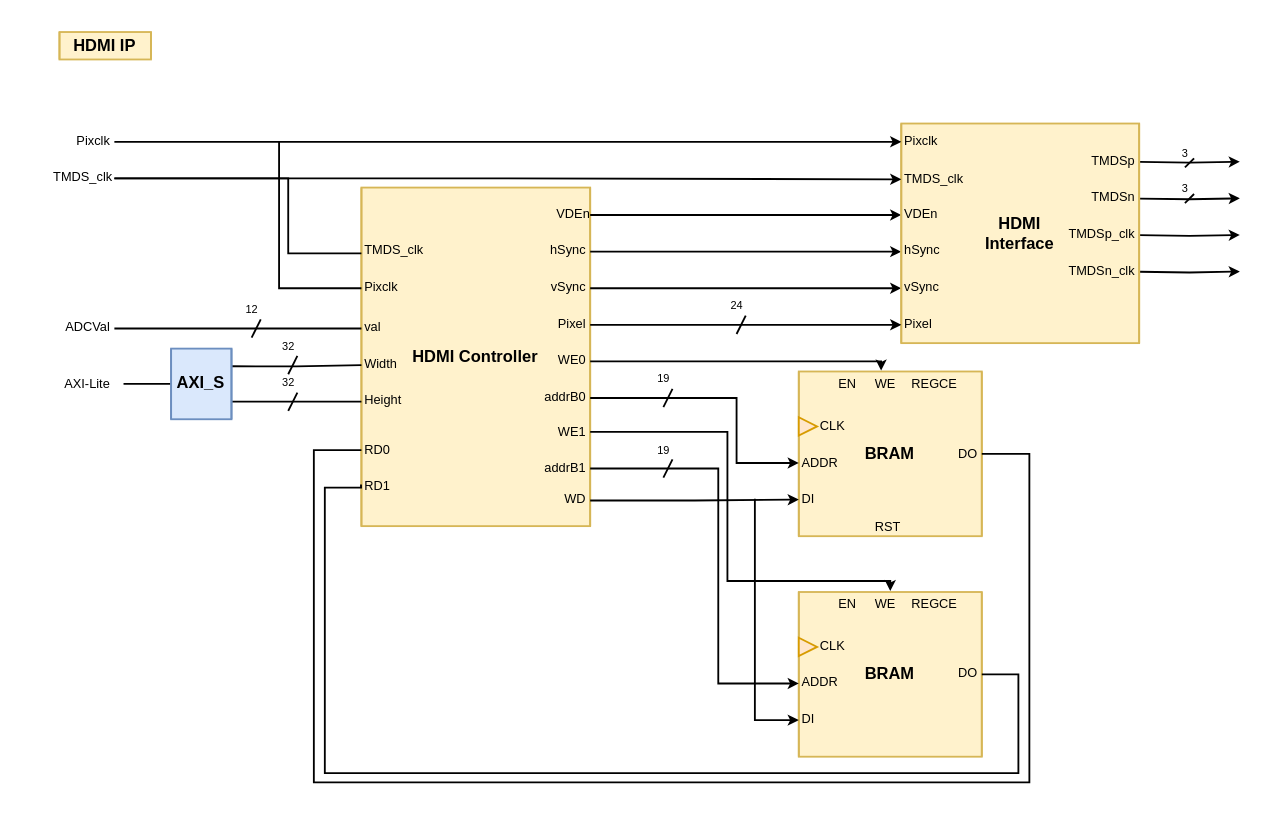
Before: page "HDMI_IP" (7 of 9) of design/BlockDiagram.drawio in ESRGgroup9/oscilloscope_fpga, a draw.io diagram. Source tidied: cells renumbered, new cells numbered last; positions are measured from the earlier drawing's top-left corner, leaving out a move shared by most shapes. Both pictures are drawn from the tidied source at 183%, with x=0, y=0 at pixel (49, 31).
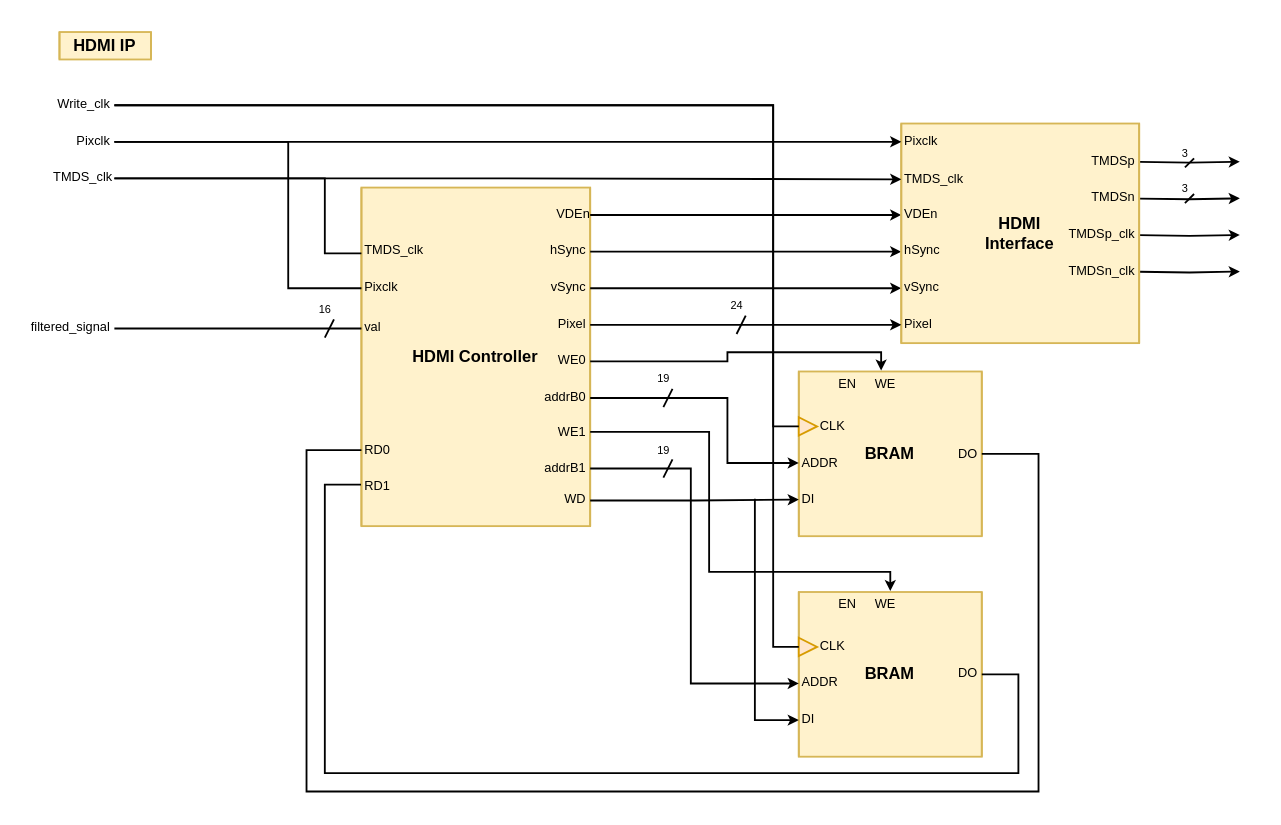
After the change.

The change refers to these unchanged cells:
```xml
<mxCell id="10" style="group;" parent="1" vertex="1">
  <mxGeometry x="409" y="180" width="100" height="100.5" as="geometry" />
</mxCell>
<mxCell id="12" value="DO" style="text;html=1;strokeColor=none;fillColor=none;align=right;verticalAlign=middle;whiteSpace=wrap;rounded=0;fontSize=7;" parent="10" vertex="1">
  <mxGeometry x="80" y="40.5" width="20" height="20" as="geometry" />
</mxCell>
<mxCell id="13" value="ADDR" style="text;html=1;strokeColor=none;fillColor=none;align=left;verticalAlign=middle;whiteSpace=wrap;rounded=0;fontSize=7;" parent="10" vertex="1">
  <mxGeometry y="45.5" width="20" height="20" as="geometry" />
</mxCell>
<mxCell id="19" value="WE" style="text;html=1;strokeColor=none;fillColor=none;align=left;verticalAlign=middle;whiteSpace=wrap;rounded=0;fontSize=7;" parent="10" vertex="1">
  <mxGeometry x="40" y="5" width="20" height="15.5" as="geometry" />
</mxCell>
<mxCell id="20" style="triangle;whiteSpace=wrap;html=1;fontSize=9;fillColor=#ffe6cc;strokeColor=#d79b00;" parent="10" vertex="1">
  <mxGeometry y="30.5" width="10" height="10" as="geometry" />
</mxCell>
<mxCell id="23" style="group;" parent="21" vertex="1">
  <mxGeometry y="5" width="100" height="90.5" as="geometry" />
</mxCell>
<mxCell id="24" value="BRAM" style="shape=process;whiteSpace=wrap;html=1;backgroundOutline=1;fontSize=9;strokeColor=#d6b656;fillColor=#fff2cc;size=0;fontStyle=1;verticalAlign=middle;" parent="23" vertex="1">
  <mxGeometry y="0.5" width="100" height="90" as="geometry" />
</mxCell>
<mxCell id="26" value="ADDR" style="text;html=1;strokeColor=none;fillColor=none;align=left;verticalAlign=middle;whiteSpace=wrap;rounded=0;fontSize=7;" parent="23" vertex="1">
  <mxGeometry y="40.5" width="20" height="20" as="geometry" />
</mxCell>
<mxCell id="31" value="WE" style="text;html=1;strokeColor=none;fillColor=none;align=left;verticalAlign=middle;whiteSpace=wrap;rounded=0;fontSize=7;" parent="23" vertex="1">
  <mxGeometry x="40" width="20" height="15.5" as="geometry" />
</mxCell>
<mxCell id="32" style="triangle;whiteSpace=wrap;html=1;fontSize=9;fillColor=#ffe6cc;strokeColor=#d79b00;" parent="23" vertex="1">
  <mxGeometry y="25.5" width="10" height="10" as="geometry" />
</mxCell>
<mxCell id="36" value="Pixclk" style="text;html=1;strokeColor=none;fillColor=none;align=right;verticalAlign=middle;whiteSpace=wrap;rounded=0;fontSize=7;" parent="1" vertex="1">
  <mxGeometry y="50" width="35" height="20" as="geometry" />
</mxCell>
<mxCell id="37" value="TMDS_clk" style="text;html=1;strokeColor=none;fillColor=none;align=left;verticalAlign=middle;whiteSpace=wrap;rounded=0;fontSize=7;" parent="1" vertex="1">
  <mxGeometry y="70" width="35" height="20" as="geometry" />
</mxCell>
<mxCell id="68" value="&lt;div&gt;addrB0&lt;/div&gt;" style="text;html=1;strokeColor=none;fillColor=none;align=right;verticalAlign=middle;whiteSpace=wrap;rounded=0;fontSize=7;" parent="1" vertex="1">
  <mxGeometry x="270" y="190" width="25" height="20" as="geometry" />
</mxCell>
<mxCell id="75" value="RD0" style="text;html=1;strokeColor=none;fillColor=none;align=left;verticalAlign=middle;whiteSpace=wrap;rounded=0;fontSize=7;" parent="1" vertex="1">
  <mxGeometry x="170" y="218.5" width="24.2" height="20" as="geometry" />
</mxCell>
<mxCell id="76" value="RD1" style="text;html=1;strokeColor=none;fillColor=none;align=left;verticalAlign=middle;whiteSpace=wrap;rounded=0;fontSize=7;" parent="1" vertex="1">
  <mxGeometry x="170" y="238.5" width="24.2" height="20" as="geometry" />
</mxCell>
<mxCell id="78" value="&lt;div&gt;addrB1&lt;/div&gt;" style="text;html=1;strokeColor=none;fillColor=none;align=right;verticalAlign=middle;whiteSpace=wrap;rounded=0;fontSize=7;" parent="1" vertex="1">
  <mxGeometry x="270" y="228.5" width="25" height="20" as="geometry" />
</mxCell>
<mxCell id="80" value="&lt;div&gt;WE0&lt;/div&gt;" style="text;html=1;strokeColor=none;fillColor=none;align=right;verticalAlign=middle;whiteSpace=wrap;rounded=0;fontSize=7;" parent="1" vertex="1">
  <mxGeometry x="275" y="170" width="20" height="20" as="geometry" />
</mxCell>
<mxCell id="82" value="&lt;div&gt;WE1&lt;/div&gt;" style="text;html=1;strokeColor=none;fillColor=none;align=right;verticalAlign=middle;whiteSpace=wrap;rounded=0;fontSize=7;" parent="1" vertex="1">
  <mxGeometry x="270" y="208.5" width="25" height="20" as="geometry" />
</mxCell>
<mxCell id="92" value="Pixclk" style="text;html=1;strokeColor=none;fillColor=none;align=left;verticalAlign=middle;whiteSpace=wrap;rounded=0;fontSize=7;" parent="1" vertex="1">
  <mxGeometry x="170" y="130" width="48.4" height="20" as="geometry" />
</mxCell>
```

What changed in the source:
```diff
@@
-    <mxCell id="17" value="REGCE" style="text;html=1;strokeColor=none;fillColor=none;align=left;verticalAlign=middle;whiteSpace=wrap;rounded=0;fontSize=7;" parent="10" vertex="1">
-      <mxGeometry x="60" y="5" width="20" height="15" as="geometry" />
-    </mxCell>
-    <mxCell id="18" value="RST" style="text;html=1;strokeColor=none;fillColor=none;align=left;verticalAlign=middle;whiteSpace=wrap;rounded=0;fontSize=7;" parent="10" vertex="1">
-      <mxGeometry x="40" y="80.5" width="20" height="20" as="geometry" />
-    </mxCell>
@@
-    <mxCell id="30" value="REGCE" style="text;html=1;strokeColor=none;fillColor=none;align=left;verticalAlign=middle;whiteSpace=wrap;rounded=0;fontSize=7;" parent="23" vertex="1">
-      <mxGeometry x="60" width="20" height="15" as="geometry" />
-    </mxCell>
@@
     <mxCell id="33" style="edgeStyle=orthogonalEdgeStyle;rounded=0;jettySize=auto;html=1;exitX=1;exitY=0.5;exitDx=0;exitDy=0;entryX=0;entryY=0.5;entryDx=0;entryDy=0;strokeWidth=1;endSize=4;endArrow=none;endFill=0;" parent="1" edge="1" source="12" target="75">
       <mxGeometry relative="1" as="geometry">
         <Array as="points">
-          <mxPoint x="535" y="231" />
-          <mxPoint x="535" y="410" />
-          <mxPoint x="144" y="410" />
-          <mxPoint x="144" y="229" />
+          <mxPoint x="540" y="230" />
+          <mxPoint x="540" y="415" />
+          <mxPoint x="140" y="415" />
+          <mxPoint x="140" y="229" />
           <mxPoint x="170" y="229" />
         </Array>
       </mxGeometry>
     </mxCell>
     <mxCell id="34" style="edgeStyle=orthogonalEdgeStyle;rounded=0;jettySize=auto;html=1;exitX=1;exitY=0.5;exitDx=0;exitDy=0;entryX=-0.01;entryY=0.44;entryDx=0;entryDy=0;strokeWidth=1;endSize=4;entryPerimeter=0;endArrow=none;endFill=0;" parent="1" edge="1" source="24" target="76">
       <mxGeometry relative="1" as="geometry">
         <Array as="points">
           <mxPoint x="529" y="351" />
           <mxPoint x="529" y="405" />
           <mxPoint x="150" y="405" />
-          <mxPoint x="150" y="249" />
-          <mxPoint x="170" y="249" />
+          <mxPoint x="150" y="247" />
         </Array>
       </mxGeometry>
     </mxCell>
@@
     <mxCell id="38" style="edgeStyle=orthogonalEdgeStyle;rounded=0;jettySize=auto;html=1;exitX=1;exitY=0.5;exitDx=0;exitDy=0;endArrow=none;endFill=0;endSize=3;strokeWidth=1;entryX=1;entryY=0.5;entryDx=0;entryDy=0;" parent="1" edge="1" source="37">
       <mxGeometry relative="1" as="geometry">
         <mxPoint x="170" y="121" as="targetPoint" />
         <Array as="points">
-          <mxPoint x="130" y="80" />
-          <mxPoint x="130" y="121" />
+          <mxPoint x="150" y="80" />
+          <mxPoint x="150" y="121" />
         </Array>
       </mxGeometry>
     </mxCell>
-    <mxCell id="39" style="edgeStyle=orthogonalEdgeStyle;rounded=0;jettySize=auto;html=1;exitX=1;exitY=0.25;exitDx=0;exitDy=0;entryX=0;entryY=0.5;entryDx=0;entryDy=0;endArrow=none;endFill=0;endSize=3;strokeWidth=1;" parent="1" edge="1" source="42" target="72">
-      <mxGeometry relative="1" as="geometry" />
-    </mxCell>
-    <mxCell id="40" style="edgeStyle=orthogonalEdgeStyle;rounded=0;jettySize=auto;html=1;exitX=1;exitY=0.75;exitDx=0;exitDy=0;entryX=0;entryY=0.5;entryDx=0;entryDy=0;endArrow=none;endFill=0;endSize=3;strokeWidth=1;" parent="1" edge="1" source="42" target="73">
-      <mxGeometry relative="1" as="geometry" />
-    </mxCell>
-    <mxCell id="41" style="edgeStyle=orthogonalEdgeStyle;rounded=0;jettySize=auto;html=1;exitX=0;exitY=0.5;exitDx=0;exitDy=0;endArrow=none;endFill=0;entryX=1;entryY=0.5;entryDx=0;entryDy=0;" parent="1" edge="1" source="42">
-      <mxGeometry relative="1" as="geometry">
-        <mxPoint x="40" y="192.7" as="targetPoint" />
-      </mxGeometry>
-    </mxCell>
-    <mxCell id="42" value="&lt;div&gt;&lt;b&gt;AXI_S&lt;/b&gt;&lt;/div&gt;" style="shape=process;whiteSpace=wrap;html=1;backgroundOutline=1;fontSize=9;strokeColor=#6c8ebf;fillColor=#dae8fc;size=0;verticalAlign=middle;" parent="1" vertex="1">
-      <mxGeometry x="66" y="173" width="33" height="38.6" as="geometry" />
-    </mxCell>
@@
-    <mxCell id="44" value="ADCVal" style="text;html=1;strokeColor=none;fillColor=none;align=right;verticalAlign=middle;whiteSpace=wrap;rounded=0;fontSize=7;" parent="1" vertex="1">
+    <mxCell id="44" value="filtered_signal" style="text;html=1;strokeColor=none;fillColor=none;align=right;verticalAlign=middle;whiteSpace=wrap;rounded=0;fontSize=7;" parent="1" vertex="1">
       <mxGeometry y="152" width="35" height="20" as="geometry" />
     </mxCell>
-    <mxCell id="45" value="AXI-Lite" style="text;html=1;strokeColor=none;fillColor=none;align=right;verticalAlign=middle;whiteSpace=wrap;rounded=0;fontSize=7;" parent="1" vertex="1">
-      <mxGeometry y="182.7" width="35" height="20" as="geometry" />
-    </mxCell>
@@
     <mxCell id="67" style="edgeStyle=orthogonalEdgeStyle;rounded=0;jettySize=auto;html=1;exitX=1;exitY=0.5;exitDx=0;exitDy=0;entryX=0;entryY=0.5;entryDx=0;entryDy=0;endSize=3;" parent="1" edge="1" source="68" target="13">
       <mxGeometry relative="1" as="geometry">
         <Array as="points">
-          <mxPoint x="375" y="200" />
-          <mxPoint x="375" y="236" />
+          <mxPoint x="370" y="200" />
+          <mxPoint x="370" y="236" />
         </Array>
       </mxGeometry>
     </mxCell>
@@
-    <mxCell id="72" value="Width" style="text;html=1;strokeColor=none;fillColor=none;align=left;verticalAlign=middle;whiteSpace=wrap;rounded=0;fontSize=7;" parent="1" vertex="1">
-      <mxGeometry x="170" y="172" width="24.2" height="20" as="geometry" />
-    </mxCell>
-    <mxCell id="73" value="Height" style="text;html=1;strokeColor=none;fillColor=none;align=left;verticalAlign=middle;whiteSpace=wrap;rounded=0;fontSize=7;" parent="1" vertex="1">
-      <mxGeometry x="170" y="192" width="24.2" height="20" as="geometry" />
-    </mxCell>
@@
     <mxCell id="77" style="edgeStyle=orthogonalEdgeStyle;rounded=0;jettySize=auto;html=1;exitX=1;exitY=0.5;exitDx=0;exitDy=0;entryX=0;entryY=0.5;entryDx=0;entryDy=0;endSize=3;" parent="1" edge="1" source="78" target="26">
       <mxGeometry relative="1" as="geometry">
         <Array as="points">
-          <mxPoint x="365" y="239" />
-          <mxPoint x="365" y="356" />
+          <mxPoint x="350" y="238" />
+          <mxPoint x="350" y="356" />
         </Array>
       </mxGeometry>
     </mxCell>
@@
     <mxCell id="79" style="edgeStyle=orthogonalEdgeStyle;rounded=0;jettySize=auto;html=1;exitX=1;exitY=0.5;exitDx=0;exitDy=0;entryX=0.25;entryY=0;entryDx=0;entryDy=0;endSize=3;" parent="1" edge="1" source="80" target="19">
       <mxGeometry relative="1" as="geometry">
         <Array as="points">
-          <mxPoint x="454" y="180" />
+          <mxPoint x="370" y="180" />
+          <mxPoint x="370" y="175" />
+          <mxPoint x="454" y="175" />
         </Array>
       </mxGeometry>
     </mxCell>
@@
     <mxCell id="81" style="edgeStyle=orthogonalEdgeStyle;rounded=0;jettySize=auto;html=1;exitX=1;exitY=0.5;exitDx=0;exitDy=0;entryX=0.5;entryY=0;entryDx=0;entryDy=0;endSize=3;" parent="1" edge="1" source="82" target="31">
       <mxGeometry relative="1" as="geometry">
         <Array as="points">
-          <mxPoint x="370" y="219" />
-          <mxPoint x="370" y="300" />
-          <mxPoint x="459" y="300" />
+          <mxPoint x="360" y="218" />
+          <mxPoint x="360" y="295" />
+          <mxPoint x="459" y="295" />
         </Array>
       </mxGeometry>
     </mxCell>
@@
-    <mxCell id="88" value="32" style="endArrow=none;html=1;rounded=0;fontSize=6;startSize=6;strokeWidth=1;jumpSize=5;labelBackgroundColor=none;" parent="1" edge="1">
-      <mxGeometry x="1" y="7" relative="1" as="geometry">
-        <mxPoint x="130" y="207" as="sourcePoint" />
-        <mxPoint x="135" y="197" as="targetPoint" />
-        <mxPoint x="1" y="-2" as="offset" />
-      </mxGeometry>
-    </mxCell>
-    <mxCell id="89" value="32" style="endArrow=none;html=1;rounded=0;fontSize=6;startSize=6;strokeWidth=1;jumpSize=5;labelBackgroundColor=none;" parent="1" edge="1">
-      <mxGeometry x="1" y="7" relative="1" as="geometry">
-        <mxPoint x="130" y="187" as="sourcePoint" />
-        <mxPoint x="135" y="177" as="targetPoint" />
-        <mxPoint x="1" y="-2" as="offset" />
-      </mxGeometry>
-    </mxCell>
-    <mxCell id="90" value="12" style="endArrow=none;html=1;rounded=0;fontSize=6;startSize=6;strokeWidth=1;jumpSize=5;labelBackgroundColor=none;" parent="1" edge="1">
+    <mxCell id="90" value="16" style="endArrow=none;html=1;rounded=0;fontSize=6;startSize=6;strokeWidth=1;jumpSize=5;labelBackgroundColor=none;" parent="1" edge="1">
       <mxGeometry x="1" y="7" relative="1" as="geometry">
-        <mxPoint x="110" y="167" as="sourcePoint" />
-        <mxPoint x="115" y="157" as="targetPoint" />
+        <mxPoint x="150" y="167" as="sourcePoint" />
+        <mxPoint x="155" y="157" as="targetPoint" />
         <mxPoint x="1" y="-2" as="offset" />
       </mxGeometry>
     </mxCell>
-    <mxCell id="91" style="edgeStyle=orthogonalEdgeStyle;rounded=0;jettySize=auto;html=1;exitX=0;exitY=0.5;exitDx=0;exitDy=0;endSize=3;entryX=0;entryY=0.5;entryDx=0;entryDy=0;endArrow=none;endFill=0;" parent="1" edge="1" target="92">
+    <mxCell id="91" style="edgeStyle=orthogonalEdgeStyle;rounded=0;jettySize=auto;html=1;exitX=1;exitY=0.5;exitDx=0;exitDy=0;endSize=3;entryX=0;entryY=0.5;entryDx=0;entryDy=0;endArrow=none;endFill=0;" parent="1" edge="1" source="36" target="92">
       <mxGeometry relative="1" as="geometry">
-        <mxPoint x="125" y="60" as="sourcePoint" />
         <Array as="points">
-          <mxPoint x="125" y="140" />
+          <mxPoint x="130" y="60" />
+          <mxPoint x="130" y="140" />
         </Array>
       </mxGeometry>
     </mxCell>
@@
+    <mxCell id="93" style="edgeStyle=orthogonalEdgeStyle;rounded=0;jettySize=auto;html=1;entryX=0;entryY=0.5;entryDx=0;entryDy=0;endArrow=none;endFill=0;" parent="1" edge="1" source="95" target="20">
+      <mxGeometry relative="1" as="geometry">
+        <Array as="points">
+          <mxPoint x="395" y="40" />
+          <mxPoint x="395" y="215" />
+        </Array>
+      </mxGeometry>
+    </mxCell>
+    <mxCell id="94" style="edgeStyle=orthogonalEdgeStyle;rounded=0;jettySize=auto;html=1;entryX=0;entryY=0.5;entryDx=0;entryDy=0;endArrow=none;endFill=0;" parent="1" edge="1" source="95" target="32">
+      <mxGeometry relative="1" as="geometry">
+        <Array as="points">
+          <mxPoint x="395" y="40" />
+          <mxPoint x="395" y="336" />
+        </Array>
+      </mxGeometry>
+    </mxCell>
+    <mxCell id="95" value="&lt;div&gt;Write_clk&lt;/div&gt;" style="text;html=1;strokeColor=none;fillColor=none;align=right;verticalAlign=middle;whiteSpace=wrap;rounded=0;fontSize=7;" parent="1" vertex="1">
+      <mxGeometry y="30" width="35" height="20" as="geometry" />
+    </mxCell>
```
